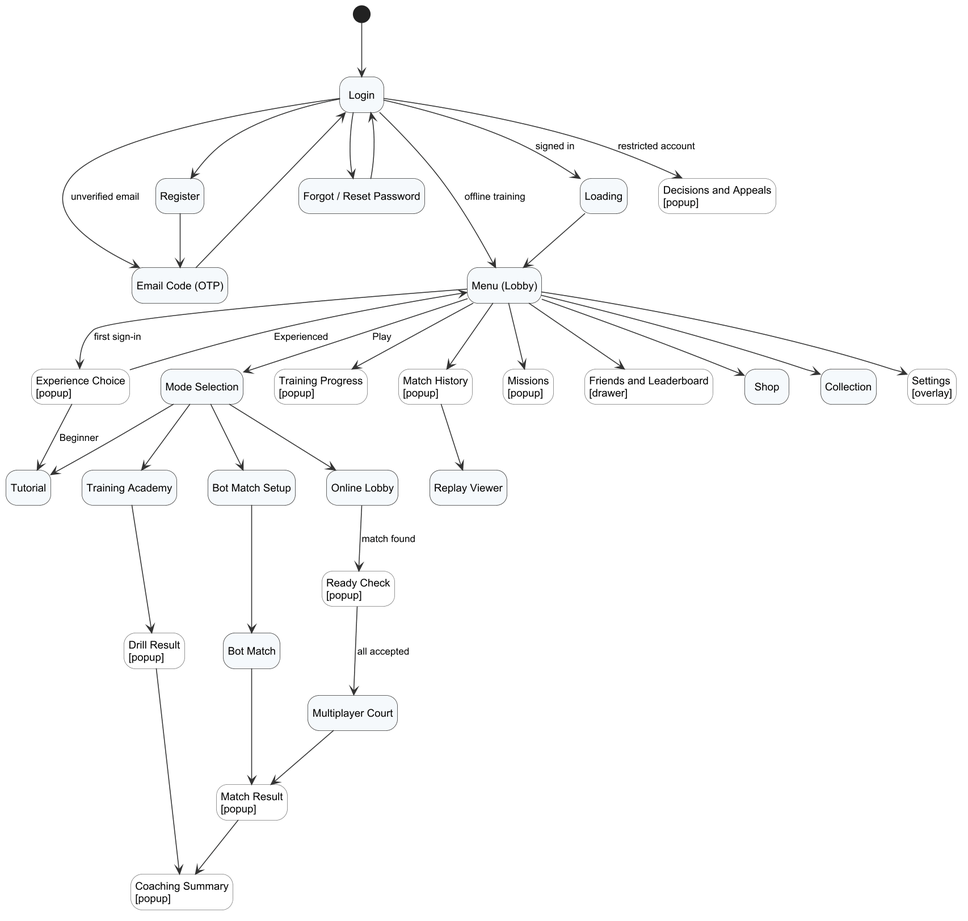
The PlantUML diagram Doc/Project_report/Report/diagrams/png/r3_screenflow_game.png in Tad-Min/PickleVerse, before a commit. Source of this version:
```plantuml
@startuml r3_screenflow_game
!include _style.iuml
hide empty description
skinparam state {
  BackgroundColor<<popup>> #FFFFFF
  BorderColor<<popup>> #777777
}
state "Login" as Login
state "Register" as Register
state "Email Code (OTP)" as OTP
state "Forgot / Reset Password" as Forgot
state "Loading" as Loading
state "Menu (Lobby)" as Menu
state "Experience Choice\n[popup]" as Choice <<popup>>
state "Tutorial" as Tutorial
state "Mode Selection" as Modes
state "Bot Match Setup" as BotSetup
state "Bot Match" as BotMatch
state "Training Academy" as Training
state "Drill Result\n[popup]" as DrillResult <<popup>>
state "Online Lobby" as Online
state "Ready Check\n[popup]" as Ready <<popup>>
state "Multiplayer Court" as Court
state "Match Result\n[popup]" as Result <<popup>>
state "Coaching Summary\n[popup]" as Coach <<popup>>
state "Training Progress\n[popup]" as Progress <<popup>>
state "Match History\n[popup]" as History <<popup>>
state "Replay Viewer" as Replay
state "Missions\n[popup]" as Missions <<popup>>
state "Friends and Leaderboard\n[drawer]" as Social <<popup>>
state "Shop" as Shop
state "Collection" as Collection
state "Settings\n[overlay]" as Settings <<popup>>
state "Decisions and Appeals\n[popup]" as Appeals <<popup>>

[*] --> Login
Login --> Register
Register --> OTP
Login --> OTP : unverified email
Login --> Forgot
Forgot --> Login
OTP --> Login
Login --> Loading : signed in
Login --> Menu : offline training
Login --> Appeals : restricted account
Loading --> Menu
Menu --> Choice : first sign-in
Choice --> Tutorial : Beginner
Choice --> Menu : Experienced
Menu --> Modes : Play
Modes --> Tutorial
Modes --> BotSetup
BotSetup --> BotMatch
BotMatch --> Result
Modes --> Training
Training --> DrillResult
DrillResult --> Coach
Modes --> Online
Online --> Ready : match found
Ready --> Court : all accepted
Court --> Result
Result --> Coach
Menu --> Progress
Menu --> History
History --> Replay
Menu --> Missions
Menu --> Social
Menu --> Shop
Menu --> Collection
Menu --> Settings
@enduml
```
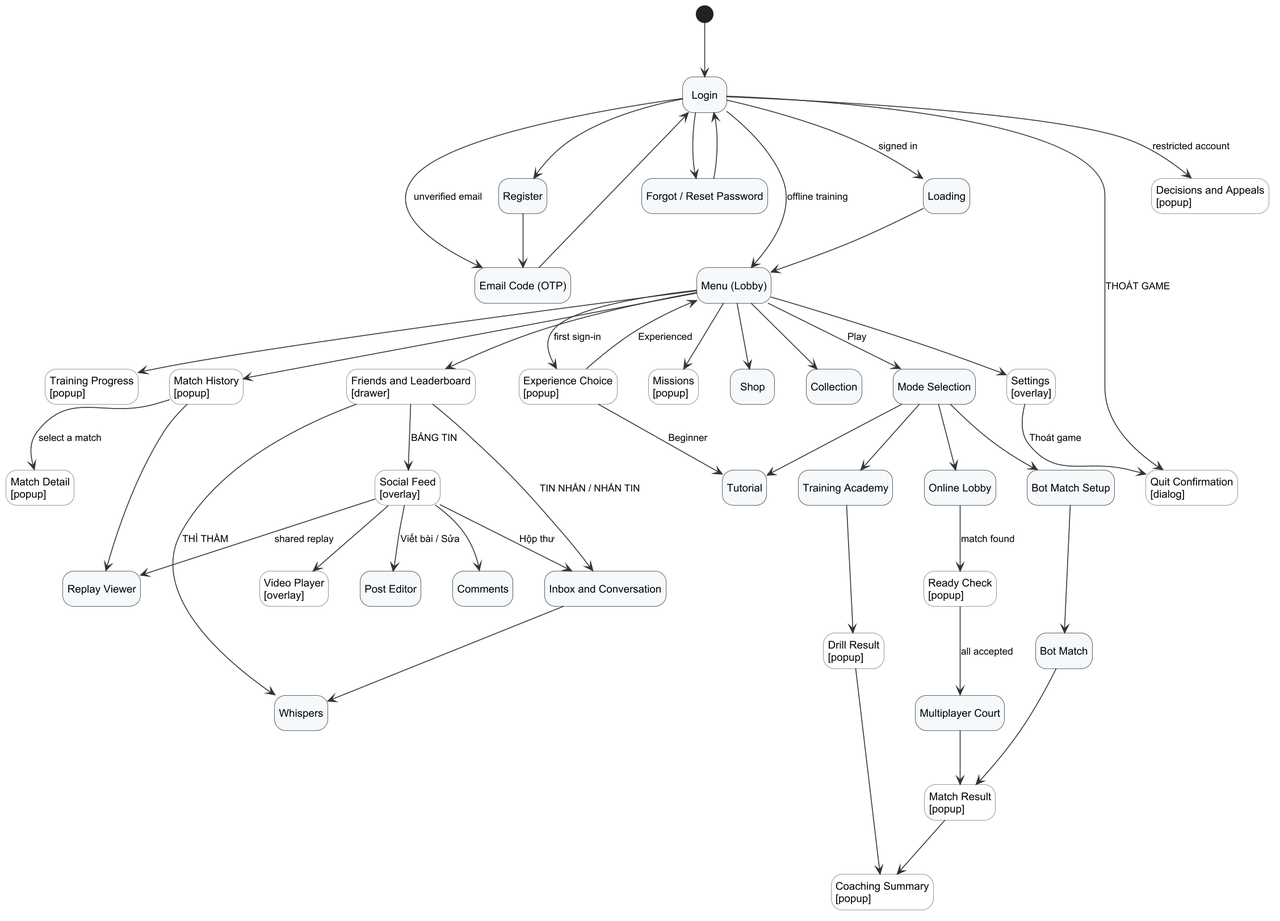
Later version of the same file.

What changed in the source:
```diff
@@ -31,6 +31,14 @@
 state "Shop" as Shop
 state "Collection" as Collection
 state "Settings\n[overlay]" as Settings <<popup>>
+state "Quit Confirmation\n[dialog]" as Quit <<popup>>
+state "Match Detail\n[popup]" as Detail <<popup>>
+state "Social Feed\n[overlay]" as Feed <<popup>>
+state "Post Editor" as Editor
+state "Comments" as Comments
+state "Video Player\n[overlay]" as Video <<popup>>
+state "Inbox and Conversation" as Inbox
+state "Whispers" as Whispers
 state "Decisions and Appeals\n[popup]" as Appeals <<popup>>
 
 [*] --> Login
@@ -63,9 +71,21 @@
 Menu --> Progress
 Menu --> History
 History --> Replay
+History --> Detail : select a match
 Menu --> Missions
 Menu --> Social
+Social --> Feed : BẢNG TIN
+Social --> Inbox : TIN NHẮN / NHẮN TIN
+Social --> Whispers : THÌ THẦM
+Feed --> Editor : Viết bài / Sửa
+Feed --> Comments
+Feed --> Video
+Feed --> Replay : shared replay
+Feed --> Inbox : Hộp thư
+Inbox --> Whispers
 Menu --> Shop
 Menu --> Collection
 Menu --> Settings
+Login --> Quit : THOÁT GAME
+Settings --> Quit : Thoát game
 @enduml
```
